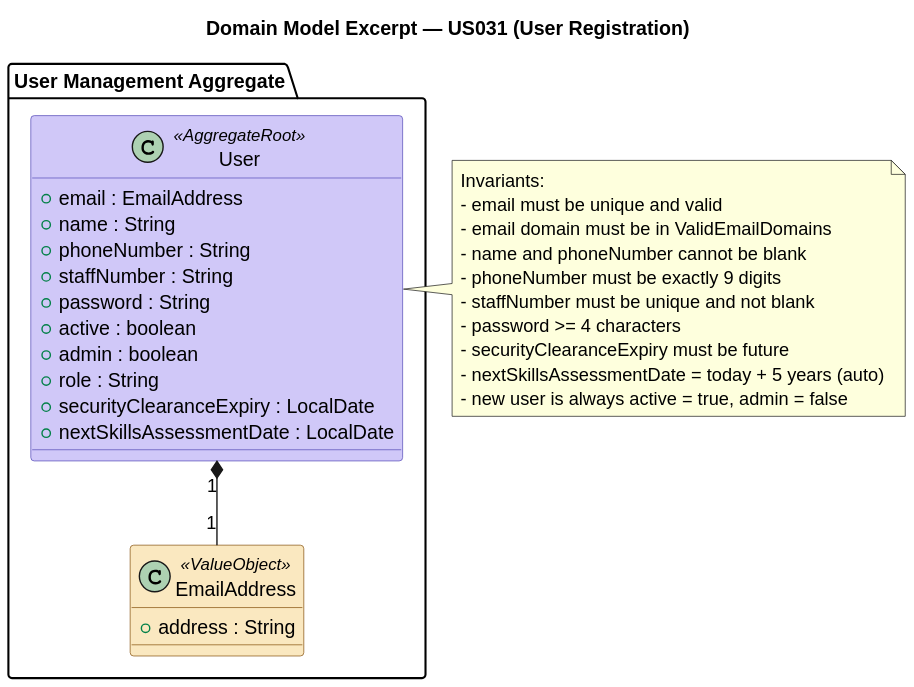
DuartePinto1240/sem4pi2526-sem4pi2526_2da2 keeps this PlantUML diagram as docs/Sprint 2/EAPLI/US031/svg/US031-domain-model.svg. Above is the earlier version.
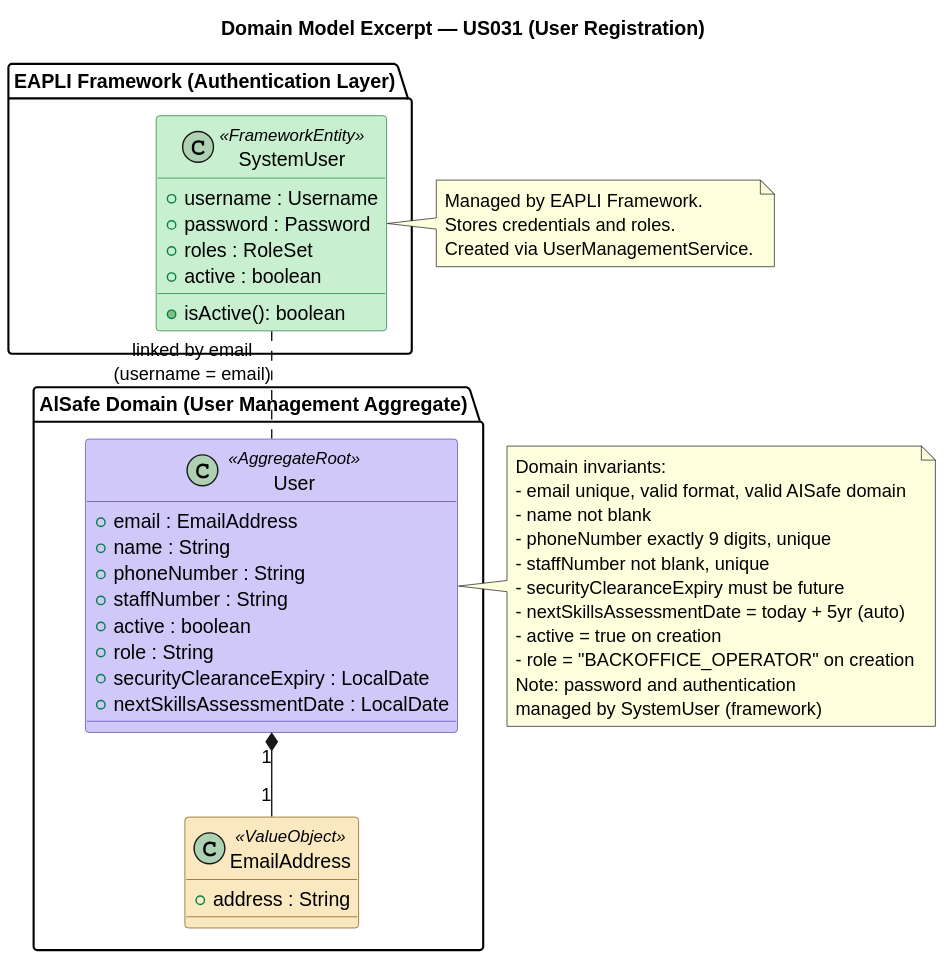
The same file after the commit.

Diff of the diagram source:
```diff
@@ -7,17 +7,27 @@
     BorderColor<<AggregateRoot>> #534AB7
     BackgroundColor<<ValueObject>> #FAE8C0
     BorderColor<<ValueObject>> #854F0B
+    BackgroundColor<<FrameworkEntity>> #C8F0D0
+    BorderColor<<FrameworkEntity>> #1A7A34
 }
 
-package "User Management Aggregate" {
+package "EAPLI Framework (Authentication Layer)" {
+    class SystemUser <<FrameworkEntity>> {
+        + username : Username
+        + password : Password
+        + roles : RoleSet
+        + active : boolean
+        + isActive(): boolean
+    }
+}
+
+package "AlSafe Domain (User Management Aggregate)" {
     class User <<AggregateRoot>> {
         + email : EmailAddress
         + name : String
         + phoneNumber : String
         + staffNumber : String
-        + password : String
         + active : boolean
-        + admin : boolean
         + role : String
         + securityClearanceExpiry : LocalDate
         + nextSkillsAssessmentDate : LocalDate
@@ -30,16 +40,25 @@
     User "1" *-- "1" EmailAddress
 }
 
+SystemUser .. User : linked by email\n(username = email)
+
 note right of User
-  Invariants:
-  - email must be unique and valid
-  - email domain must be in ValidEmailDomains
-  - name and phoneNumber cannot be blank
-  - phoneNumber must be exactly 9 digits
-  - staffNumber must be unique and not blank
-  - password >= 4 characters
+  Domain invariants:
+  - email unique, valid format, valid AISafe domain
+  - name not blank
+  - phoneNumber exactly 9 digits, unique
+  - staffNumber not blank, unique
   - securityClearanceExpiry must be future
-  - nextSkillsAssessmentDate = today + 5 years (auto)
-  - new user is always active = true, admin = false
+  - nextSkillsAssessmentDate = today + 5yr (auto)
+  - active = true on creation
+  - role = "BACKOFFICE_OPERATOR" on creation
+  Note: password and authentication
+  managed by SystemUser (framework)
+end note
+
+note left of SystemUser
+  Managed by EAPLI Framework.
+  Stores credentials and roles.
+  Created via UserManagementService.
 end note
 @enduml
```
